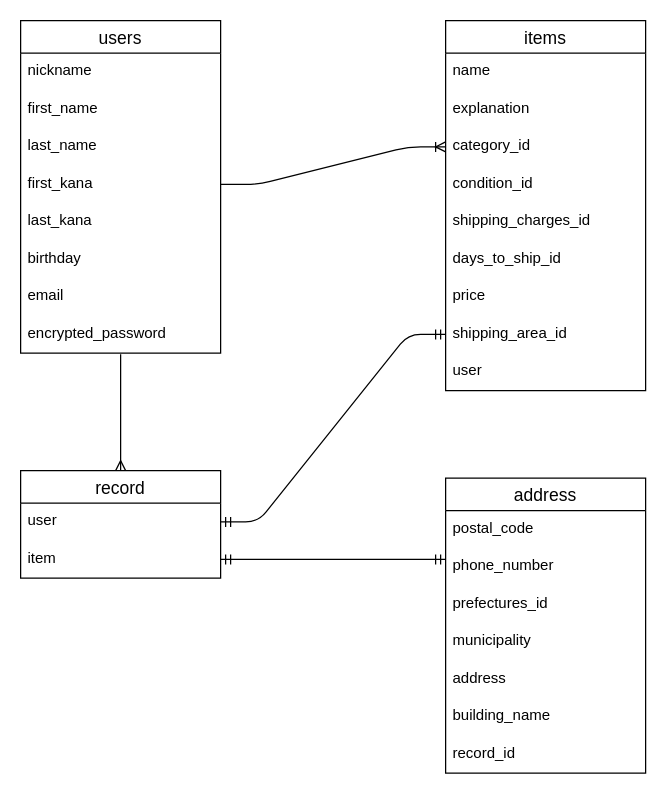
The draw.io diagram ER.dio in tech88kubo/furima-32114, before the edit. Source tidied: cells renumbered, new cells numbered last; positions are measured from the earlier drawing's top-left corner, leaving out a move shared by most shapes. Both pictures are drawn from the tidied source at 125%, with x=0, y=0 at pixel (20, 20).
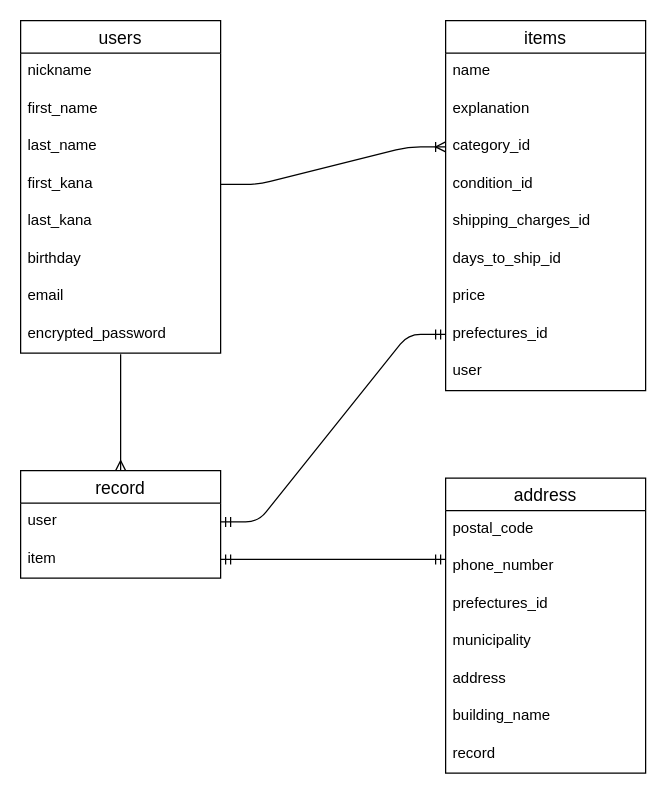
After the change.

Commit message (it also covers changes not shown here):
ER図、READMEの編集（提出５回目）

The change refers to these unchanged cells:
```xml
<mxCell id="11" value="items" style="swimlane;fontStyle=0;horizontal=1;startSize=26;align=center;fontSize=14;" parent="1" vertex="1">
  <mxGeometry x="340" width="160" height="296" as="geometry" />
</mxCell>
<mxCell id="24" value="address" style="swimlane;fontStyle=0;horizontal=1;startSize=26;align=center;fontSize=14;" parent="1" vertex="1">
  <mxGeometry x="340" y="366" width="160" height="236" as="geometry" />
</mxCell>
```

What changed in the source:
```diff
@@
-    <mxCell id="19" value="shipping_area_id" style="text;strokeColor=none;fillColor=none;spacingLeft=4;spacingRight=4;overflow=hidden;points=[[0,0.5],[1,0.5]];portConstraint=eastwest;fontSize=12;" parent="11" vertex="1">
+    <mxCell id="19" value="prefectures_id" style="text;strokeColor=none;fillColor=none;spacingLeft=4;spacingRight=4;overflow=hidden;points=[[0,0.5],[1,0.5]];portConstraint=eastwest;fontSize=12;" parent="11" vertex="1">
       <mxGeometry y="236" width="160" height="30" as="geometry" />
     </mxCell>
@@
-    <mxCell id="31" value="record_id" style="text;strokeColor=none;fillColor=none;spacingLeft=4;spacingRight=4;overflow=hidden;fontSize=12;" parent="24" vertex="1">
+    <mxCell id="31" value="record" style="text;strokeColor=none;fillColor=none;spacingLeft=4;spacingRight=4;overflow=hidden;fontSize=12;" parent="24" vertex="1">
       <mxGeometry y="206" width="160" height="30" as="geometry" />
     </mxCell>
```
